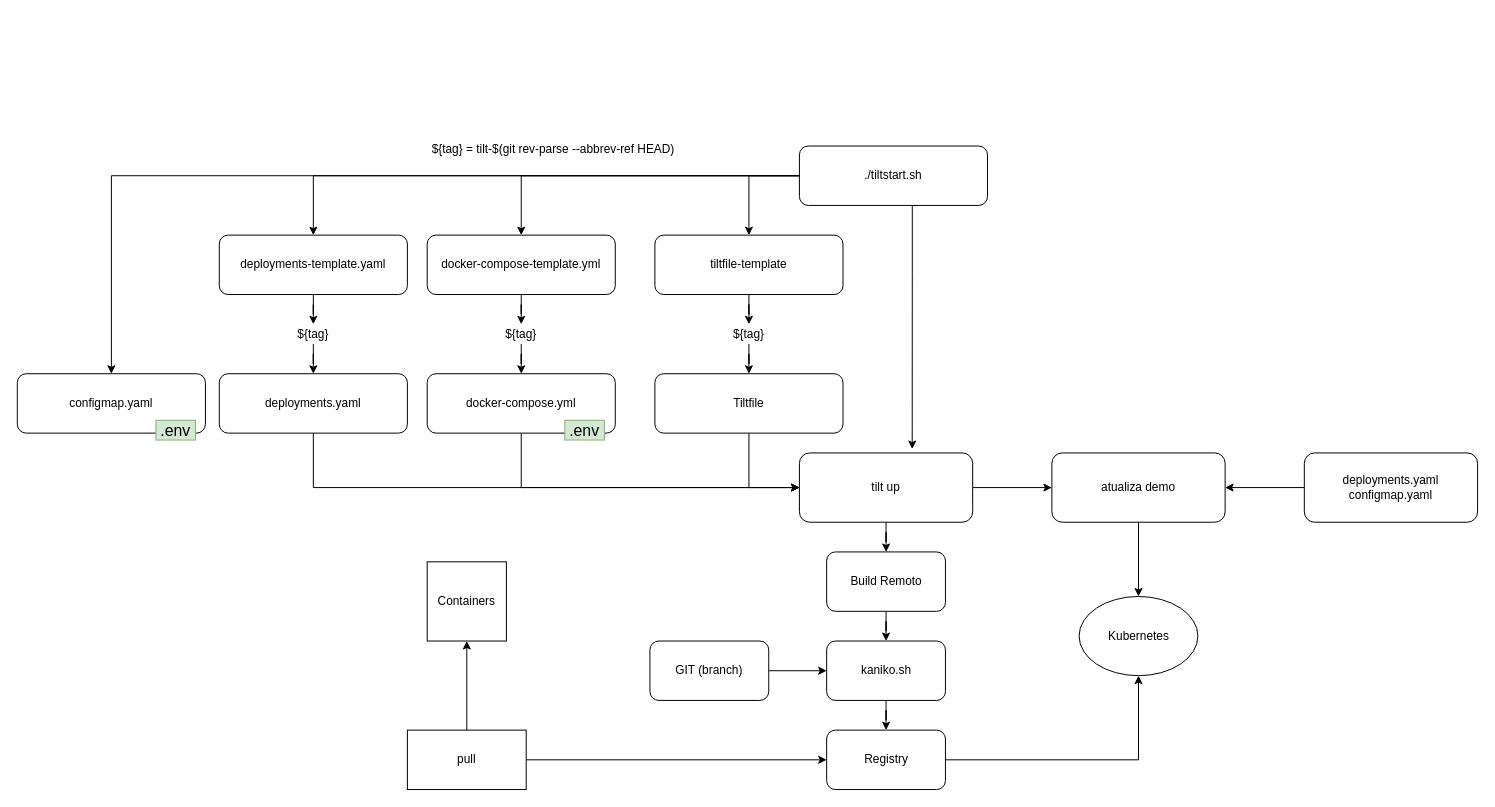
The draw.io diagram page "Page-2" (2 of 2) of Demo_QAS.drawio in luizhpriotto/diagrams, before the edit. Source tidied: cells renumbered, new cells numbered last; positions are measured from the earlier drawing's top-left corner, leaving out a move shared by most shapes. Both pictures are drawn from the tidied source at 99%, with x=0, y=0 at pixel (17, 126).
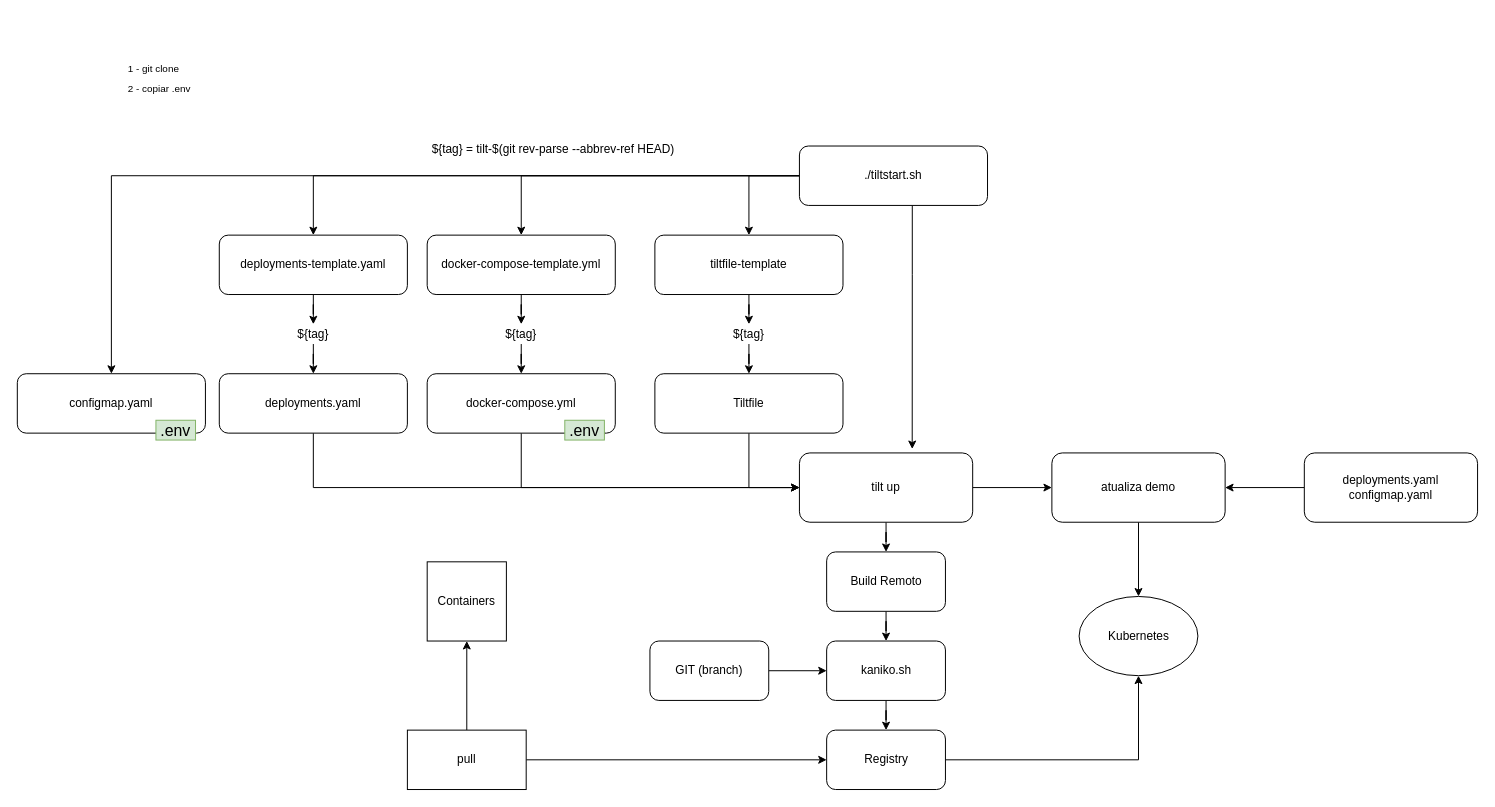
Above is the later version.

Diff of the diagram source:
```diff
@@
+    <mxCell id="50" value="&lt;font size=&quot;1&quot; style=&quot;line-height: 80%&quot;&gt;1 - git clone&lt;br&gt;2 - copiar .env&lt;br&gt;&lt;/font&gt;" style="text;html=1;strokeColor=none;align=left;verticalAlign=middle;whiteSpace=wrap;rounded=0;fontSize=16;labelPosition=center;verticalLabelPosition=middle;" parent="1" vertex="1">
+      <mxGeometry x="110" y="-110" width="120" height="120" as="geometry" />
+    </mxCell>
```
